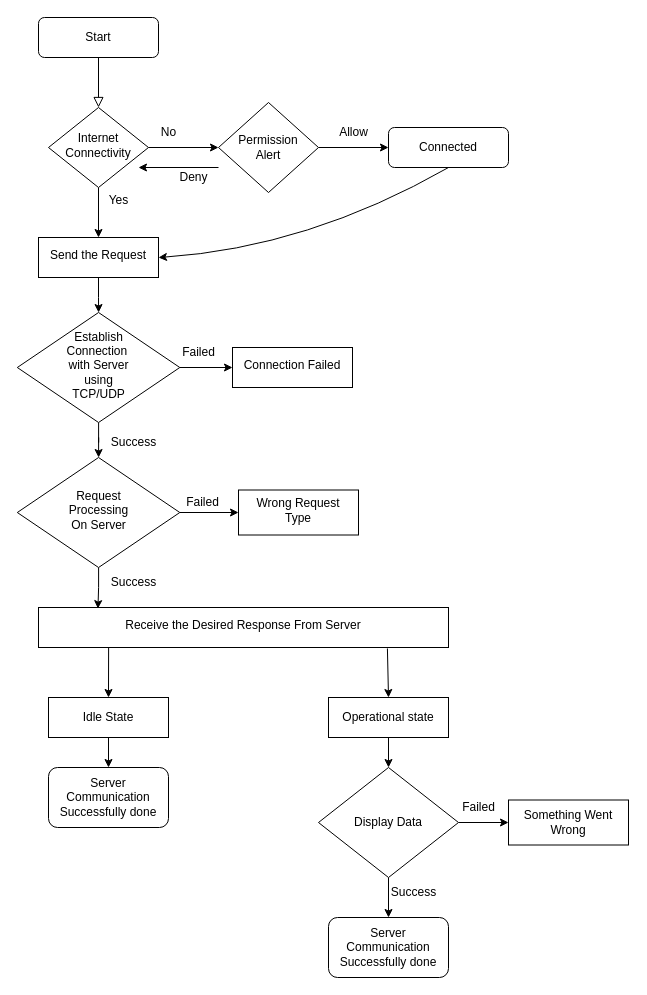
This is Untitled Diagram.drawio from MohitThakur001/FlowCharts, a draw.io file, before an edit. Source tidied: cells renumbered, new cells numbered last; positions are measured from the earlier drawing's top-left corner, leaving out a move shared by most shapes. Both pictures are drawn from the tidied source at 100%, with x=0, y=0 at pixel (17, 17).
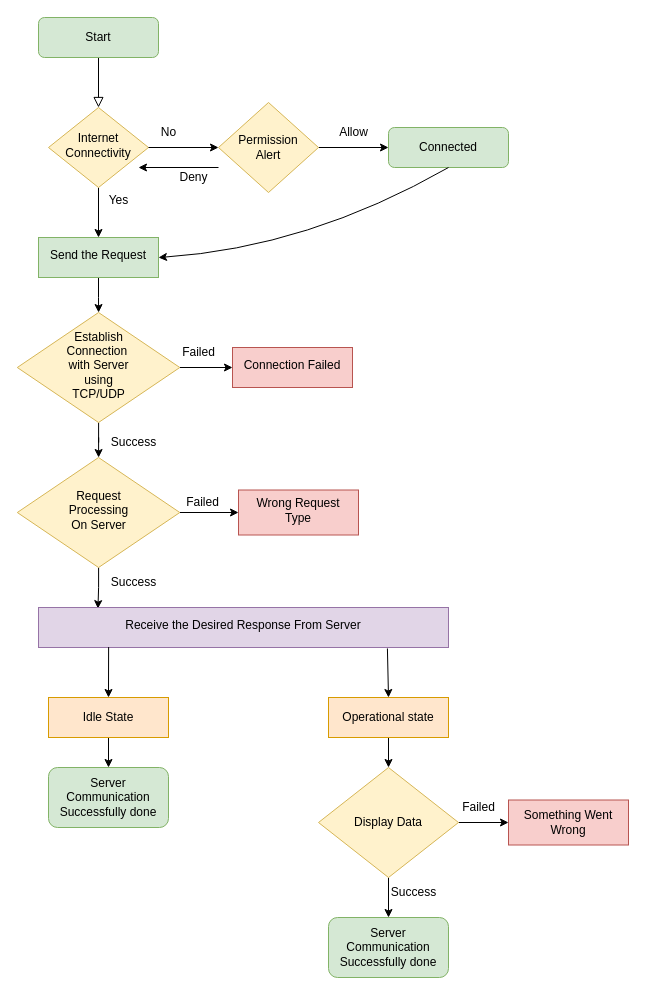
After the change.

Commit message:
Server_Communication_Flowchart

Diff of the diagram source:
```diff
@@
-    <mxCell id="3" value="Start" style="rounded=1;whiteSpace=wrap;html=1;fontSize=12;glass=0;strokeWidth=1;shadow=0;" parent="1" vertex="1">
+    <mxCell id="3" value="Start" style="rounded=1;whiteSpace=wrap;html=1;fontSize=12;glass=0;strokeWidth=1;shadow=0;fillColor=#d5e8d4;strokeColor=#82b366;" parent="1" vertex="1">
       <mxGeometry x="21" width="120" height="40" as="geometry" />
     </mxCell>
@@
-    <mxCell id="5" value="Internet Connectivity" style="rhombus;whiteSpace=wrap;html=1;shadow=0;fontFamily=Helvetica;fontSize=12;align=center;strokeWidth=1;spacing=6;spacingTop=-4;" parent="1" vertex="1">
+    <mxCell id="5" value="Internet Connectivity" style="rhombus;whiteSpace=wrap;html=1;shadow=0;fontFamily=Helvetica;fontSize=12;align=center;strokeWidth=1;spacing=6;spacingTop=-4;fillColor=#fff2cc;strokeColor=#d6b656;" parent="1" vertex="1">
       <mxGeometry x="31" y="90" width="100" height="80" as="geometry" />
     </mxCell>
@@
-    <mxCell id="7" value="Connected" style="whiteSpace=wrap;html=1;rounded=1;glass=0;strokeWidth=1;shadow=0;" parent="1" vertex="1">
+    <mxCell id="7" value="Connected" style="whiteSpace=wrap;html=1;rounded=1;glass=0;strokeWidth=1;shadow=0;fillColor=#d5e8d4;strokeColor=#82b366;" parent="1" vertex="1">
       <mxGeometry x="371" y="110" width="120" height="40" as="geometry" />
     </mxCell>
@@
-    <mxCell id="10" value="Send the Request" style="whiteSpace=wrap;html=1;shadow=0;strokeWidth=1;spacing=6;spacingTop=-4;" parent="1" vertex="1">
+    <mxCell id="10" value="Send the Request" style="whiteSpace=wrap;html=1;shadow=0;strokeWidth=1;spacing=6;spacingTop=-4;fillColor=#d5e8d4;strokeColor=#82b366;" parent="1" vertex="1">
       <mxGeometry x="21" y="220" width="120" height="40" as="geometry" />
     </mxCell>
@@
-    <mxCell id="13" value="Permission&lt;br&gt;Alert" style="rhombus;whiteSpace=wrap;html=1;" parent="1" vertex="1">
+    <mxCell id="13" value="Permission&lt;br&gt;Alert" style="rhombus;whiteSpace=wrap;html=1;fillColor=#fff2cc;strokeColor=#d6b656;" parent="1" vertex="1">
       <mxGeometry x="201" y="85" width="100" height="90" as="geometry" />
     </mxCell>
@@
-    <mxCell id="20" value="Establish&lt;br&gt;Connection&amp;nbsp;&lt;br&gt;with Server&lt;br&gt;using&lt;br&gt;TCP/UDP" style="rhombus;whiteSpace=wrap;html=1;shadow=0;strokeWidth=1;spacing=6;spacingTop=-4;" parent="1" vertex="1">
+    <mxCell id="20" value="Establish&lt;br&gt;Connection&amp;nbsp;&lt;br&gt;with Server&lt;br&gt;using&lt;br&gt;TCP/UDP" style="rhombus;whiteSpace=wrap;html=1;shadow=0;strokeWidth=1;spacing=6;spacingTop=-4;fillColor=#fff2cc;strokeColor=#d6b656;" parent="1" vertex="1">
       <mxGeometry x="-0.2" y="295" width="162.5" height="110" as="geometry" />
     </mxCell>
-    <mxCell id="21" value="Connection Failed" style="whiteSpace=wrap;html=1;shadow=0;strokeWidth=1;spacing=6;spacingTop=-4;" parent="1" vertex="1">
+    <mxCell id="21" value="Connection Failed" style="whiteSpace=wrap;html=1;shadow=0;strokeWidth=1;spacing=6;spacingTop=-4;fillColor=#f8cecc;strokeColor=#b85450;" parent="1" vertex="1">
       <mxGeometry x="215" y="330" width="120" height="40" as="geometry" />
     </mxCell>
@@
-    <mxCell id="25" value="Request &lt;br&gt;Processing&lt;br&gt;On Server" style="rhombus;whiteSpace=wrap;html=1;shadow=0;strokeWidth=1;spacing=6;spacingTop=-4;" parent="1" vertex="1">
+    <mxCell id="25" value="Request &lt;br&gt;Processing&lt;br&gt;On Server" style="rhombus;whiteSpace=wrap;html=1;shadow=0;strokeWidth=1;spacing=6;spacingTop=-4;fillColor=#fff2cc;strokeColor=#d6b656;" parent="1" vertex="1">
       <mxGeometry x="-0.2" y="440" width="162.5" height="110" as="geometry" />
     </mxCell>
@@
-    <mxCell id="27" value="Wrong Request Type" style="whiteSpace=wrap;html=1;shadow=0;strokeWidth=1;spacing=6;spacingTop=-4;" parent="1" vertex="1">
+    <mxCell id="27" value="Wrong Request Type" style="whiteSpace=wrap;html=1;shadow=0;strokeWidth=1;spacing=6;spacingTop=-4;fillColor=#f8cecc;strokeColor=#b85450;" parent="1" vertex="1">
       <mxGeometry x="221" y="472.5" width="120" height="45" as="geometry" />
     </mxCell>
@@
-    <mxCell id="29" value="Receive the Desired Response From Server" style="whiteSpace=wrap;html=1;shadow=0;strokeWidth=1;spacing=6;spacingTop=-4;" parent="1" vertex="1">
+    <mxCell id="29" value="Receive the Desired Response From Server" style="whiteSpace=wrap;html=1;shadow=0;strokeWidth=1;spacing=6;spacingTop=-4;fillColor=#e1d5e7;strokeColor=#9673a6;" parent="1" vertex="1">
       <mxGeometry x="21" y="590" width="410" height="40" as="geometry" />
     </mxCell>
@@
-    <mxCell id="34" value="Idle State" style="rounded=0;whiteSpace=wrap;html=1;" parent="1" vertex="1">
+    <mxCell id="34" value="Idle State" style="rounded=0;whiteSpace=wrap;html=1;fillColor=#ffe6cc;strokeColor=#d79b00;" parent="1" vertex="1">
       <mxGeometry x="31" y="680" width="120" height="40" as="geometry" />
     </mxCell>
@@
-    <mxCell id="36" value="Operational state" style="rounded=0;whiteSpace=wrap;html=1;" parent="1" vertex="1">
+    <mxCell id="36" value="Operational state" style="rounded=0;whiteSpace=wrap;html=1;fillColor=#ffe6cc;strokeColor=#d79b00;" parent="1" vertex="1">
       <mxGeometry x="311" y="680" width="120" height="40" as="geometry" />
     </mxCell>
-    <mxCell id="37" value="Server Communication&lt;br&gt;Successfully done" style="rounded=1;whiteSpace=wrap;html=1;" parent="1" vertex="1">
+    <mxCell id="37" value="Server Communication&lt;br&gt;Successfully done" style="rounded=1;whiteSpace=wrap;html=1;fillColor=#d5e8d4;strokeColor=#82b366;" parent="1" vertex="1">
       <mxGeometry x="31" y="750" width="120" height="60" as="geometry" />
     </mxCell>
@@
-    <mxCell id="40" value="Display Data" style="rhombus;whiteSpace=wrap;html=1;rounded=0;" parent="1" vertex="1">
+    <mxCell id="40" value="Display Data" style="rhombus;whiteSpace=wrap;html=1;rounded=0;fillColor=#fff2cc;strokeColor=#d6b656;" parent="1" vertex="1">
       <mxGeometry x="301" y="750" width="140" height="110" as="geometry" />
     </mxCell>
-    <mxCell id="41" value="Something Went Wrong" style="whiteSpace=wrap;html=1;rounded=0;" parent="1" vertex="1">
+    <mxCell id="41" value="Something Went Wrong" style="whiteSpace=wrap;html=1;rounded=0;fillColor=#f8cecc;strokeColor=#b85450;" parent="1" vertex="1">
       <mxGeometry x="491" y="782.5" width="120" height="45" as="geometry" />
     </mxCell>
@@
-    <mxCell id="43" value="Server Communication&lt;br style=&quot;border-color: var(--border-color);&quot;&gt;Successfully done" style="rounded=1;whiteSpace=wrap;html=1;" parent="1" vertex="1">
+    <mxCell id="43" value="Server Communication&lt;br style=&quot;border-color: var(--border-color);&quot;&gt;Successfully done" style="rounded=1;whiteSpace=wrap;html=1;fillColor=#d5e8d4;strokeColor=#82b366;" parent="1" vertex="1">
       <mxGeometry x="311" y="900" width="120" height="60" as="geometry" />
     </mxCell>
```
